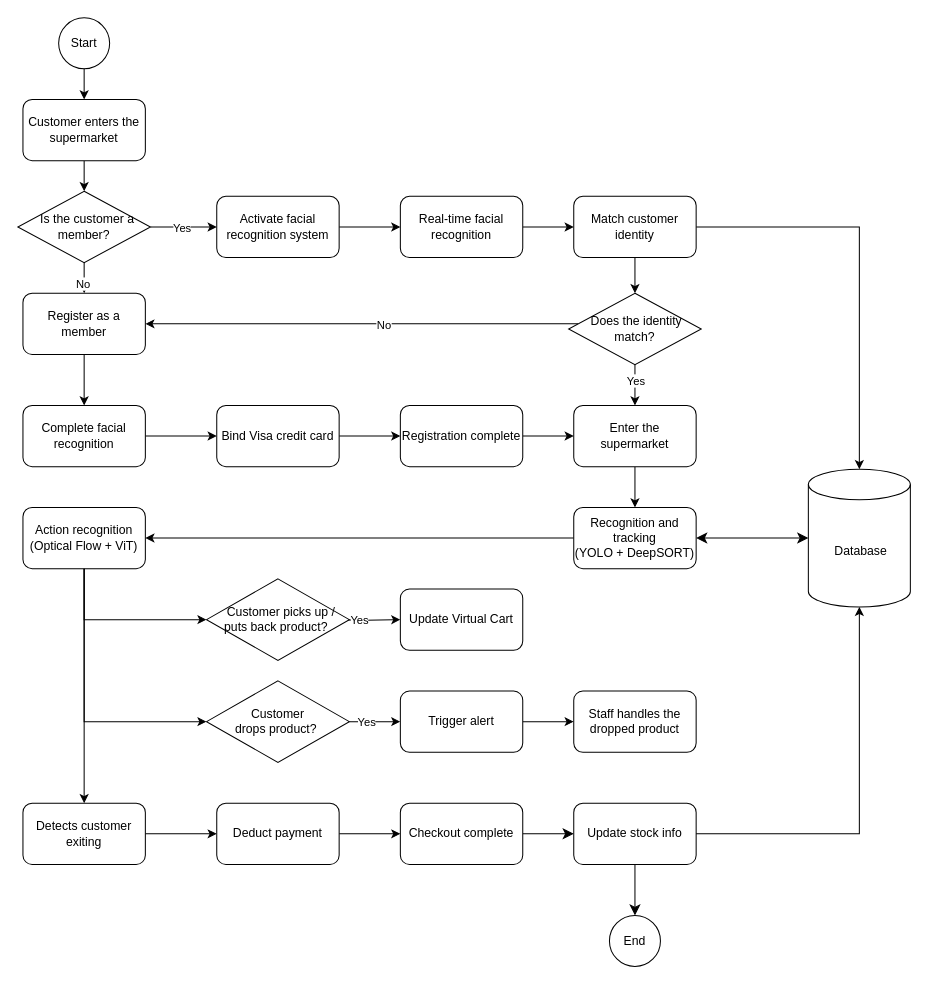
Earlier version of the draw.io diagram Flowchart.drawio (yannsusu/SwiftMart). Source tidied: cells renumbered, new cells numbered last; positions are measured from the earlier drawing's top-left corner, leaving out a move shared by most shapes. Both pictures are drawn from the tidied source at 102%, with x=0, y=0 at pixel (17, 17).
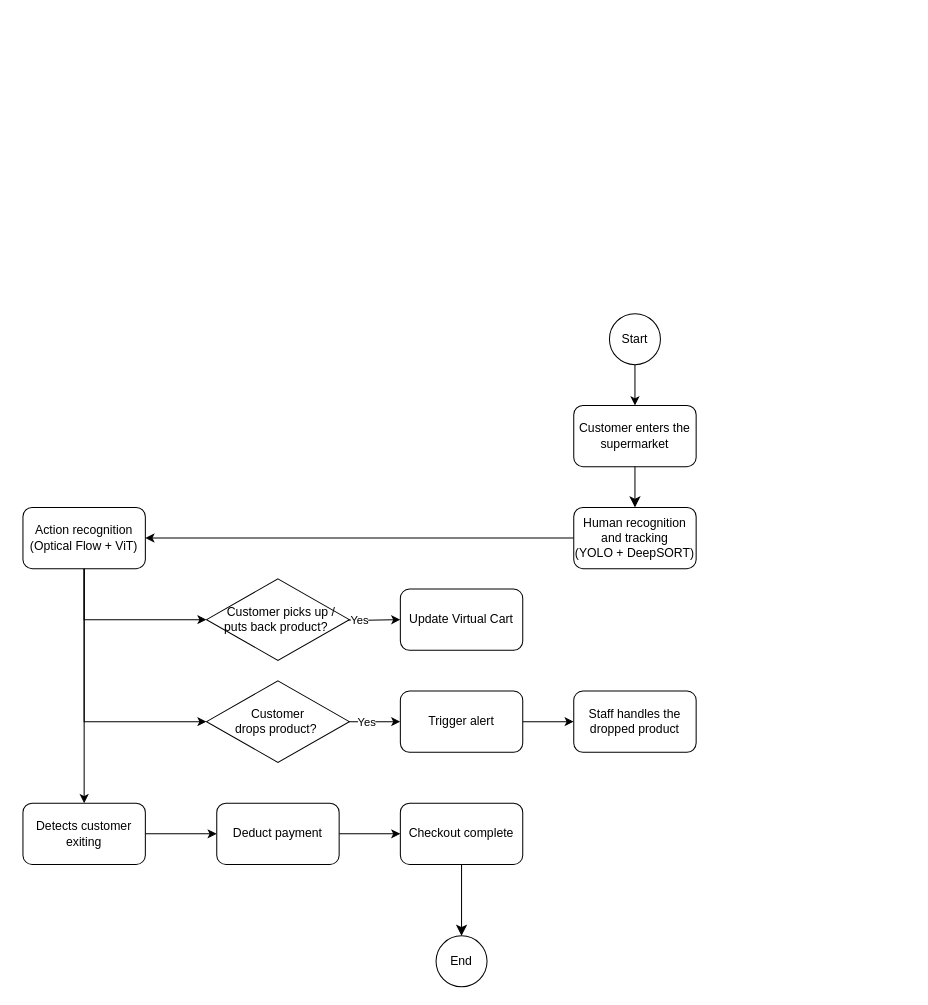
Above is the later version.

Unchanged cells that the change refers to:
```xml
<mxCell id="54" value="&lt;p class=&quot;p1&quot;&gt;Checkout complete&lt;/p&gt;" style="whiteSpace=wrap;html=1;rounded=1;" parent="1" vertex="1">
  <mxGeometry x="375" y="770" width="120" height="60" as="geometry" />
</mxCell>
```

Change to the diagram source:
```diff
@@
     <mxCell id="2" value="&lt;div&gt;&lt;p class=&quot;p1&quot;&gt;Start&lt;/p&gt;&lt;/div&gt;" style="ellipse;whiteSpace=wrap;html=1;" parent="1" vertex="1">
-      <mxGeometry x="40" width="50" height="50" as="geometry" />
+      <mxGeometry x="580" y="290" width="50" height="50" as="geometry" />
     </mxCell>
-    <mxCell id="3" style="edgeStyle=orthogonalEdgeStyle;rounded=0;jettySize=auto;html=1;" parent="1" edge="1" source="4" target="9">
-      <mxGeometry relative="1" as="geometry" />
-    </mxCell>
     <mxCell id="4" value="&lt;p class=&quot;p1&quot;&gt;Customer enters the supermarket&lt;/p&gt;" style="rounded=1;whiteSpace=wrap;html=1;" parent="1" vertex="1">
-      <mxGeometry x="5" y="80" width="120" height="60" as="geometry" />
+      <mxGeometry x="545" y="380" width="120" height="60" as="geometry" />
     </mxCell>
-    <mxCell id="5" style="edgeStyle=orthogonalEdgeStyle;rounded=0;jettySize=auto;html=1;" parent="1" edge="1" source="6" target="14">
-      <mxGeometry relative="1" as="geometry" />
-    </mxCell>
-    <mxCell id="6" value="&lt;p class=&quot;p1&quot;&gt;Activate facial recognition system&lt;/p&gt;" style="rounded=1;whiteSpace=wrap;html=1;" parent="1" vertex="1">
-      <mxGeometry x="195" y="175" width="120" height="60" as="geometry" />
-    </mxCell>
-    <mxCell id="7" style="edgeStyle=orthogonalEdgeStyle;rounded=0;jettySize=auto;html=1;" parent="1" edge="1" source="9" target="25">
-      <mxGeometry relative="1" as="geometry" />
-    </mxCell>
-    <mxCell id="8" value="No" style="edgeLabel;html=1;align=center;verticalAlign=middle;" parent="7" vertex="1">
-      <mxGeometry x="-0.22" y="2" relative="1" as="geometry" />
-    </mxCell>
-    <mxCell id="9" value="&lt;p class=&quot;p1&quot;&gt;&amp;nbsp; Is the customer a member?&lt;/p&gt;" style="rhombus;whiteSpace=wrap;html=1;" parent="1" vertex="1">
-      <mxGeometry y="170" width="130" height="70" as="geometry" />
-    </mxCell>
-    <mxCell id="10" style="endArrow=classic;html=1;rounded=0;exitX=1;exitY=0.5;exitDx=0;exitDy=0;entryX=0;entryY=0.5;entryDx=0;entryDy=0;" parent="1" edge="1" source="9" target="6">
-      <mxGeometry relative="1" as="geometry" />
-    </mxCell>
-    <mxCell id="11" value="Yes" style="edgeLabel;html=1;align=center;verticalAlign=middle;" parent="10" vertex="1">
-      <mxGeometry x="-0.09" y="7" relative="1" as="geometry">
-        <mxPoint y="7" as="offset" />
-      </mxGeometry>
-    </mxCell>
@@
-    <mxCell id="13" style="edgeStyle=orthogonalEdgeStyle;rounded=0;jettySize=auto;html=1;" parent="1" edge="1" source="14" target="17">
-      <mxGeometry relative="1" as="geometry" />
-    </mxCell>
-    <mxCell id="14" value="&lt;br&gt;Real-time facial recognition&lt;div&gt;&lt;br/&gt;&lt;/div&gt;" style="whiteSpace=wrap;html=1;rounded=1;" parent="1" vertex="1">
-      <mxGeometry x="375" y="175" width="120" height="60" as="geometry" />
-    </mxCell>
-    <mxCell id="15" style="edgeStyle=orthogonalEdgeStyle;rounded=0;jettySize=auto;html=1;" parent="1" edge="1" source="17" target="18">
-      <mxGeometry relative="1" as="geometry" />
-    </mxCell>
-    <mxCell id="16" style="edgeStyle=orthogonalEdgeStyle;rounded=0;jettySize=auto;html=1;" parent="1" edge="1" source="17" target="23">
-      <mxGeometry relative="1" as="geometry" />
-    </mxCell>
-    <mxCell id="17" value="&lt;p class=&quot;p1&quot;&gt;Match customer identity&lt;/p&gt;" style="whiteSpace=wrap;html=1;rounded=1;" parent="1" vertex="1">
-      <mxGeometry x="545" y="175" width="120" height="60" as="geometry" />
-    </mxCell>
-    <mxCell id="18" value="&amp;nbsp;Database" style="shape=cylinder3;whiteSpace=wrap;html=1;boundedLbl=1;backgroundOutline=1;size=15;" parent="1" vertex="1">
-      <mxGeometry x="775" y="442.5" width="100" height="135" as="geometry" />
-    </mxCell>
-    <mxCell id="19" style="edgeStyle=orthogonalEdgeStyle;rounded=0;jettySize=auto;html=1;" parent="1" edge="1" source="23" target="25">
-      <mxGeometry relative="1" as="geometry">
-        <Array as="points">
-          <mxPoint x="405" y="300" />
-          <mxPoint x="405" y="300" />
-        </Array>
-      </mxGeometry>
-    </mxCell>
-    <mxCell id="20" value="No" style="edgeLabel;html=1;align=center;verticalAlign=middle;" parent="19" vertex="1">
-      <mxGeometry x="-0.1" y="1" relative="1" as="geometry" />
-    </mxCell>
-    <mxCell id="21" style="edgeStyle=orthogonalEdgeStyle;rounded=0;jettySize=auto;html=1;" parent="1" edge="1" source="23" target="27">
-      <mxGeometry relative="1" as="geometry" />
-    </mxCell>
-    <mxCell id="22" value="Yes" style="edgeLabel;html=1;align=center;verticalAlign=middle;" parent="21" vertex="1">
-      <mxGeometry x="-0.25" relative="1" as="geometry" />
-    </mxCell>
-    <mxCell id="23" value="&amp;nbsp;Does the identity match?" style="rhombus;whiteSpace=wrap;html=1;" parent="1" vertex="1">
-      <mxGeometry x="540" y="270" width="130" height="70" as="geometry" />
-    </mxCell>
-    <mxCell id="24" style="edgeStyle=orthogonalEdgeStyle;rounded=0;jettySize=auto;html=1;" parent="1" edge="1" source="25" target="29">
-      <mxGeometry relative="1" as="geometry" />
-    </mxCell>
-    <mxCell id="25" value="&lt;p class=&quot;p1&quot;&gt;Register as a member&lt;/p&gt;" style="rounded=1;whiteSpace=wrap;html=1;" parent="1" vertex="1">
-      <mxGeometry x="5" y="270" width="120" height="60" as="geometry" />
-    </mxCell>
-    <mxCell id="26" style="edgeStyle=orthogonalEdgeStyle;rounded=0;jettySize=auto;html=1;" parent="1" edge="1" source="27" target="35">
-      <mxGeometry relative="1" as="geometry" />
-    </mxCell>
-    <mxCell id="27" value="&lt;p class=&quot;p1&quot;&gt;Enter the supermarket&lt;/p&gt;" style="rounded=1;whiteSpace=wrap;html=1;" parent="1" vertex="1">
-      <mxGeometry x="545" y="380" width="120" height="60" as="geometry" />
-    </mxCell>
-    <mxCell id="28" style="edgeStyle=orthogonalEdgeStyle;rounded=0;jettySize=auto;html=1;" parent="1" edge="1" source="29" target="31">
-      <mxGeometry relative="1" as="geometry" />
-    </mxCell>
-    <mxCell id="29" value="&lt;p class=&quot;p1&quot;&gt;Complete facial recognition&lt;/p&gt;" style="whiteSpace=wrap;html=1;rounded=1;" parent="1" vertex="1">
-      <mxGeometry x="5" y="380" width="120" height="60" as="geometry" />
-    </mxCell>
-    <mxCell id="30" style="edgeStyle=orthogonalEdgeStyle;rounded=0;jettySize=auto;html=1;" parent="1" edge="1" source="31" target="33">
-      <mxGeometry relative="1" as="geometry" />
-    </mxCell>
-    <mxCell id="31" value="&lt;p class=&quot;p1&quot;&gt;Bind Visa credit card&lt;/p&gt;" style="whiteSpace=wrap;html=1;rounded=1;" parent="1" vertex="1">
-      <mxGeometry x="195" y="380" width="120" height="60" as="geometry" />
-    </mxCell>
-    <mxCell id="32" style="edgeStyle=orthogonalEdgeStyle;rounded=0;jettySize=auto;html=1;" parent="1" edge="1" source="33" target="27">
-      <mxGeometry relative="1" as="geometry" />
-    </mxCell>
-    <mxCell id="33" value="&lt;p class=&quot;p1&quot;&gt;Registration complete&lt;/p&gt;" style="whiteSpace=wrap;html=1;rounded=1;" parent="1" vertex="1">
-      <mxGeometry x="375" y="380" width="120" height="60" as="geometry" />
-    </mxCell>
@@
-    <mxCell id="35" value="Recognition and tracking&lt;div&gt;(YOLO + DeepSORT)&lt;/div&gt;" style="whiteSpace=wrap;html=1;rounded=1;" parent="1" vertex="1">
+    <mxCell id="35" value="Human recognition and tracking&lt;div&gt;(YOLO + DeepSORT)&lt;/div&gt;" style="whiteSpace=wrap;html=1;rounded=1;" parent="1" vertex="1">
       <mxGeometry x="545" y="480" width="120" height="60" as="geometry" />
     </mxCell>
@@
-    <mxCell id="53" style="edgeStyle=none;curved=1;rounded=0;jettySize=auto;html=1;fontSize=12;startSize=8;endSize=8;" parent="1" edge="1" source="54" target="58">
-      <mxGeometry relative="1" as="geometry" />
-    </mxCell>
@@
     <mxCell id="55" value="&lt;div&gt;&lt;p class=&quot;p1&quot;&gt;End&lt;/p&gt;&lt;/div&gt;" style="ellipse;whiteSpace=wrap;html=1;" parent="1" vertex="1">
-      <mxGeometry x="580" y="880" width="50" height="50" as="geometry" />
+      <mxGeometry x="410" y="900" width="50" height="50" as="geometry" />
     </mxCell>
-    <mxCell id="56" style="endArrow=classic;startArrow=classic;html=1;rounded=0;fontSize=12;startSize=8;endSize=8;curved=1;entryX=1;entryY=0.5;entryDx=0;entryDy=0;exitX=0;exitY=0.5;exitDx=0;exitDy=0;exitPerimeter=0;" parent="1" edge="1" source="18" target="35">
-      <mxGeometry relative="1" as="geometry" />
-    </mxCell>
-    <mxCell id="57" style="edgeStyle=none;curved=1;rounded=0;jettySize=auto;html=1;fontSize=12;startSize=8;endSize=8;" parent="1" edge="1" source="58" target="55">
+    <mxCell id="57" style="edgeStyle=none;curved=1;rounded=0;jettySize=auto;html=1;fontSize=12;startSize=8;endSize=8;exitX=0.5;exitY=1;exitDx=0;exitDy=0;" parent="1" edge="1" source="54" target="55">
       <mxGeometry relative="1" as="geometry" />
     </mxCell>
-    <mxCell id="58" value="Update stock info" style="whiteSpace=wrap;html=1;rounded=1;" parent="1" vertex="1">
-      <mxGeometry x="545" y="770" width="120" height="60" as="geometry" />
-    </mxCell>
-    <mxCell id="59" style="edgeStyle=orthogonalEdgeStyle;rounded=0;jettySize=auto;html=1;entryX=0.5;entryY=1;entryDx=0;entryDy=0;entryPerimeter=0;exitX=1;exitY=0.5;exitDx=0;exitDy=0;" parent="1" edge="1" source="58" target="18">
-      <mxGeometry relative="1" as="geometry" />
-    </mxCell>
@@
+    <mxCell id="61" style="endArrow=classic;html=1;rounded=0;fontSize=12;startSize=8;endSize=8;curved=1;entryX=0.5;entryY=0;entryDx=0;entryDy=0;exitX=0.5;exitY=1;exitDx=0;exitDy=0;" parent="1" edge="1" source="4" target="35">
+      <mxGeometry relative="1" as="geometry" />
+    </mxCell>
```
